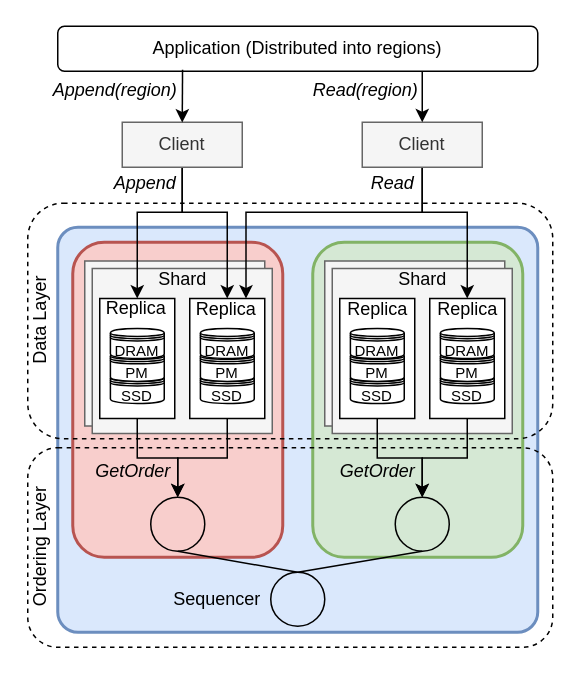
Earlier version of the draw.io diagram docs/Copy of System_Arch2.drawio (nathanieltornow/PMLog). Source tidied: cells renumbered, new cells numbered last; positions are measured from the earlier drawing's top-left corner, leaving out a move shared by most shapes. Both pictures are drawn from the tidied source at 150%, with x=0, y=0 at pixel (-36, 26).
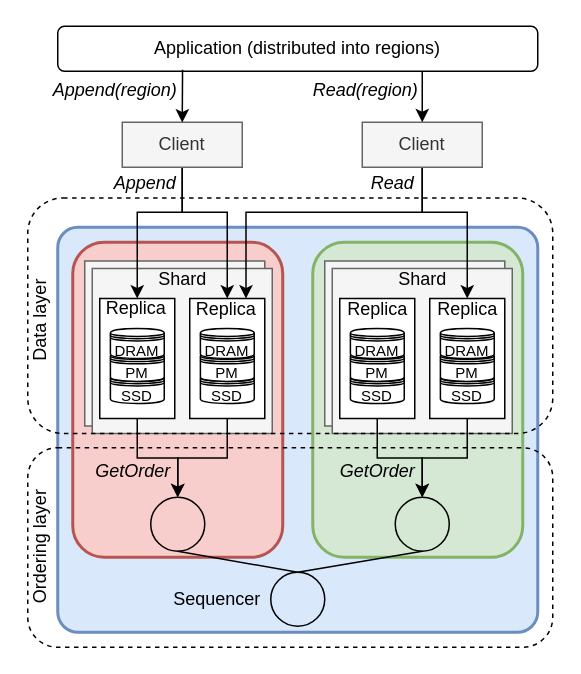
After the change.

Change to the diagram source:
```diff
@@
-    <mxCell id="46" value="Application (Distributed into regions)" style="rounded=1;whiteSpace=wrap;html=1;strokeWidth=1;fillColor=none;" parent="1" vertex="1">
+    <mxCell id="46" value="Application (distributed into regions)" style="rounded=1;whiteSpace=wrap;html=1;strokeWidth=1;fillColor=none;" parent="1" vertex="1">
       <mxGeometry x="62" width="320" height="30" as="geometry" />
     </mxCell>
@@
-    <mxCell id="51" value="Ordering Layer" style="text;html=1;align=center;verticalAlign=middle;strokeColor=none;fillColor=none;rotation=270;" parent="1" vertex="1">
-      <mxGeometry x="0.1" y="337.5" width="100" height="20" as="geometry" />
+    <mxCell id="51" value="Ordering layer" style="text;html=1;align=center;verticalAlign=middle;strokeColor=none;fillColor=none;rotation=270;" parent="1" vertex="1">
+      <mxGeometry x="5.1" y="337.5" width="90" height="20" as="geometry" />
     </mxCell>
-    <mxCell id="52" value="Data&amp;nbsp;Layer" style="text;html=1;align=center;verticalAlign=middle;strokeColor=none;fillColor=none;rotation=270;" parent="1" vertex="1">
+    <mxCell id="52" value="Data layer" style="text;html=1;align=center;verticalAlign=middle;strokeColor=none;fillColor=none;rotation=270;" parent="1" vertex="1">
       <mxGeometry x="15.1" y="186.5" width="70" height="20" as="geometry" />
     </mxCell>
@@
     <mxCell id="59" style="rounded=1;whiteSpace=wrap;html=1;strokeWidth=1;fillColor=none;dashed=1;" parent="1" vertex="1">
-      <mxGeometry x="42" y="118" width="350" height="157" as="geometry" />
+      <mxGeometry x="42" y="114.5" width="350" height="157" as="geometry" />
     </mxCell>
```
